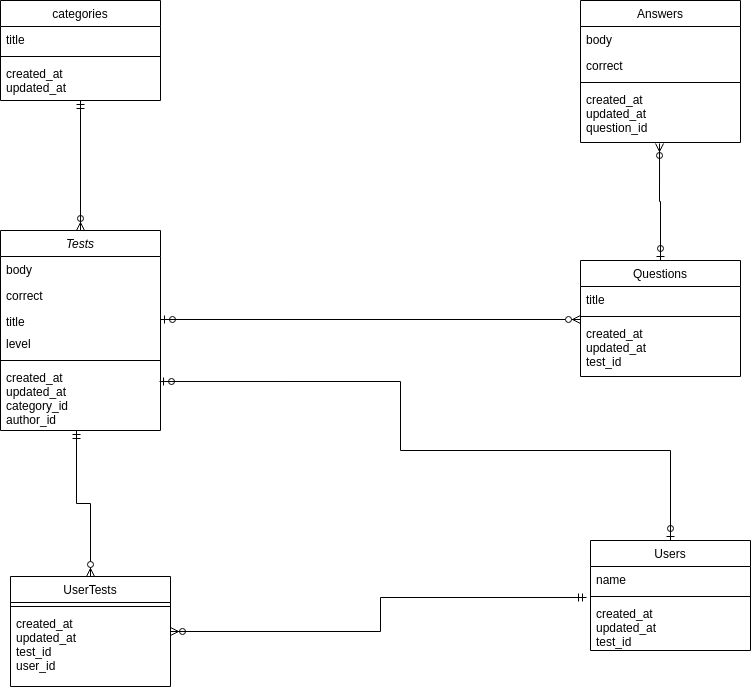
Earlier version of the draw.io export Untitled Diagram.drawio.png (TonishevAlexey/TestGuru). Source tidied: cells renumbered, new cells last; positions are measured from the earlier drawing's top-left corner, leaving out a move shared by most shapes.
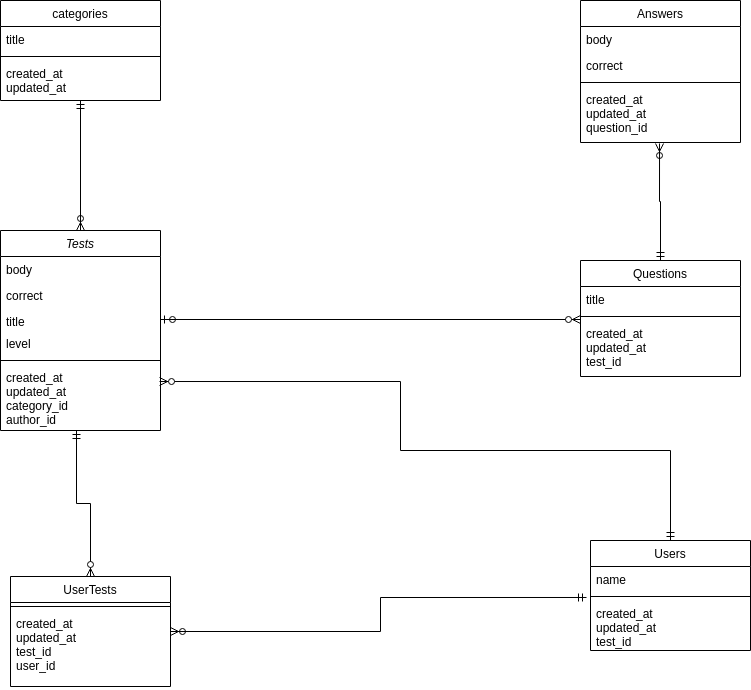
The same file after the commit.

Diff of the diagram source:
```diff
@@ -88,7 +88,7 @@
         </Array>
       </mxGeometry>
     </mxCell>
-    <mxCell id="29" style="edgeStyle=orthogonalEdgeStyle;rounded=0;jettySize=auto;html=1;exitX=0.5;exitY=0;exitDx=0;exitDy=0;entryX=0.494;entryY=1.018;entryDx=0;entryDy=0;entryPerimeter=0;startArrow=ERzeroToOne;startFill=0;endArrow=ERzeroToMany;endFill=0;" parent="1" edge="1" source="30" target="22">
+    <mxCell id="29" style="edgeStyle=orthogonalEdgeStyle;rounded=0;jettySize=auto;html=1;exitX=0.5;exitY=0;exitDx=0;exitDy=0;entryX=0.494;entryY=1.018;entryDx=0;entryDy=0;entryPerimeter=0;startArrow=ERmandOne;startFill=0;endArrow=ERzeroToMany;endFill=0;" parent="1" edge="1" source="30" target="22">
       <mxGeometry relative="1" as="geometry" />
     </mxCell>
     <mxCell id="30" value="Questions" style="swimlane;fontStyle=0;align=center;verticalAlign=top;horizontal=1;startSize=26;rounded=0;shadow=0;strokeWidth=1;" parent="1" vertex="1">
@@ -103,7 +103,7 @@
     <mxCell id="33" value="created_at&#10;updated_at&#10;test_id" style="text;align=left;verticalAlign=top;spacingLeft=4;spacingRight=4;overflow=hidden;" parent="30" vertex="1">
       <mxGeometry y="60" width="160" height="56" as="geometry" />
     </mxCell>
-    <mxCell id="34" style="edgeStyle=orthogonalEdgeStyle;rounded=0;jettySize=auto;html=1;exitX=0.994;exitY=0.258;exitDx=0;exitDy=0;startArrow=ERzeroToOne;startFill=0;endArrow=ERzeroToOne;endFill=0;exitPerimeter=0;" parent="1" edge="1" source="8" target="14">
+    <mxCell id="34" style="edgeStyle=orthogonalEdgeStyle;rounded=0;jettySize=auto;html=1;exitX=0.994;exitY=0.258;exitDx=0;exitDy=0;startArrow=ERzeroToMany;startFill=1;endArrow=ERmandOne;endFill=0;exitPerimeter=0;" parent="1" edge="1" source="8" target="14">
       <mxGeometry relative="1" as="geometry">
         <Array as="points">
           <mxPoint x="400" y="381" />
```
